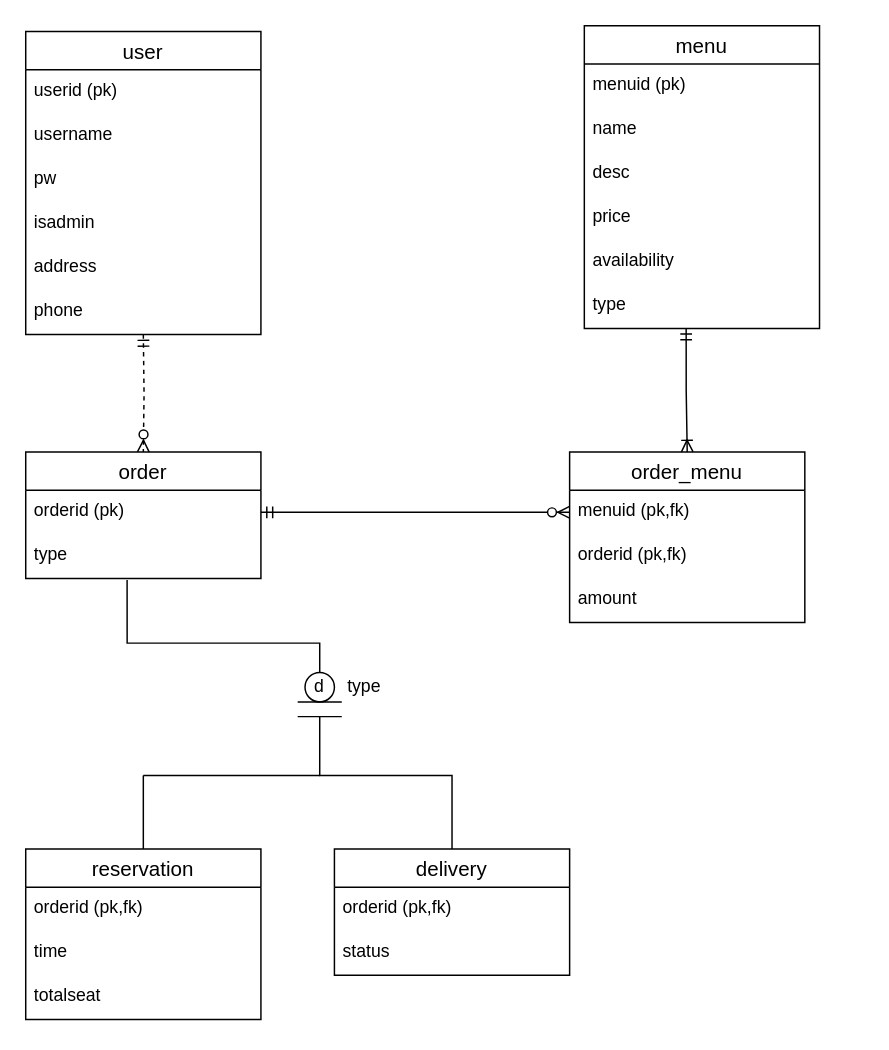
Above: ERDworkshop.drawio in Najmi540/Week2ClassDiagram (draw.io), before the change. Source tidied: cells renumbered, new cells numbered last; positions are measured from the earlier drawing's top-left corner, leaving out a move shared by most shapes. Both pictures are drawn from the tidied source at 147%, with x=0, y=0 at pixel (25, 25).
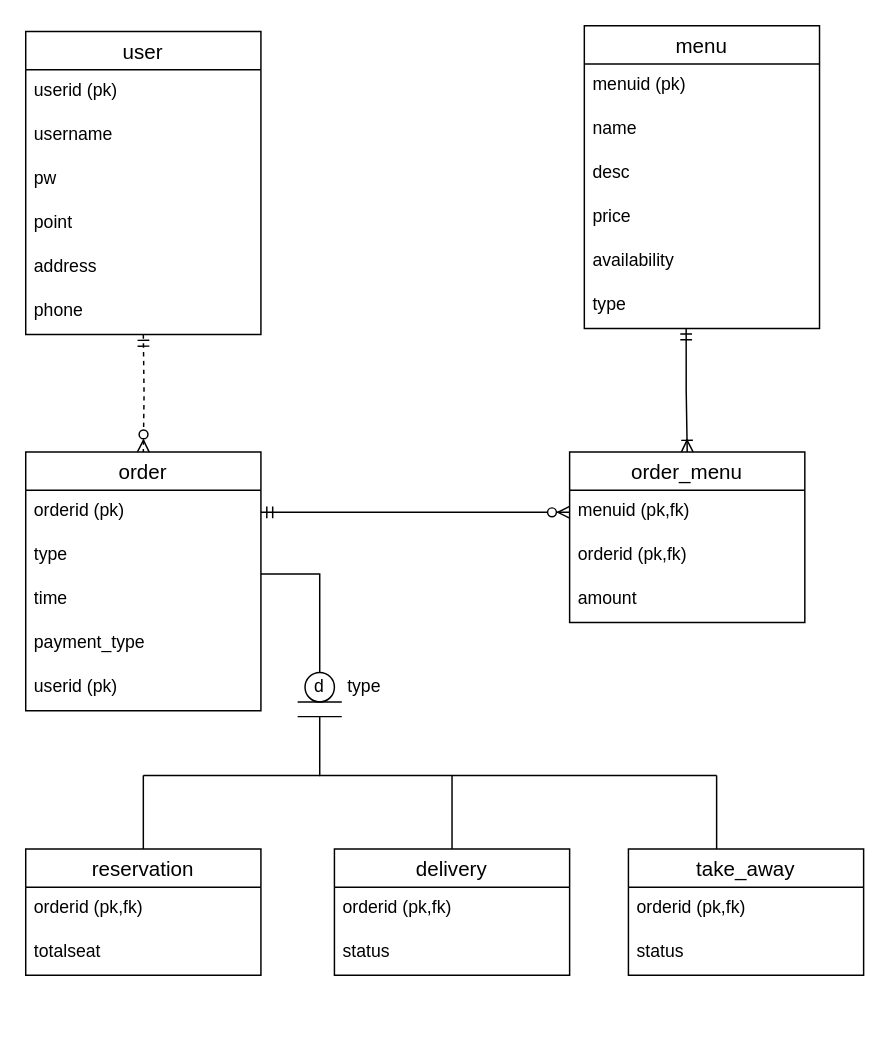
Above is the later version.

Unchanged cells that the change refers to:
```xml
<mxCell id="2" value="user" style="swimlane;fontStyle=0;horizontal=1;startSize=26;align=center;fontSize=14;" parent="1" vertex="1">
  <mxGeometry y="4" width="160" height="206" as="geometry" />
</mxCell>
<mxCell id="18" value="type" style="text;strokeColor=none;fillColor=none;spacingLeft=4;spacingRight=4;overflow=hidden;points=[[0,0.5],[1,0.5]];portConstraint=eastwest;fontSize=12;" parent="16" vertex="1">
  <mxGeometry y="56" width="160" height="30" as="geometry" />
</mxCell>
<mxCell id="20" value="delivery" style="swimlane;fontStyle=0;horizontal=1;startSize=26;align=center;fontSize=14;" parent="1" vertex="1">
  <mxGeometry x="210" y="560" width="160" height="86" as="geometry" />
</mxCell>
```

Change to the diagram source:
```diff
@@
-    <mxCell id="6" value="isadmin" style="text;strokeColor=none;fillColor=none;spacingLeft=4;spacingRight=4;overflow=hidden;fontSize=12;" parent="2" vertex="1">
+    <mxCell id="6" value="point" style="text;strokeColor=none;fillColor=none;spacingLeft=4;spacingRight=4;overflow=hidden;fontSize=12;" parent="2" vertex="1">
       <mxGeometry y="116" width="160" height="30" as="geometry" />
     </mxCell>
@@
     <mxCell id="16" value="order" style="swimlane;fontStyle=0;horizontal=1;startSize=26;align=center;fontSize=14;" parent="1" vertex="1">
-      <mxGeometry y="290" width="160" height="86" as="geometry" />
+      <mxGeometry y="290" width="160" height="176" as="geometry" />
     </mxCell>
@@
+    <mxCell id="25" value="time" style="text;strokeColor=none;fillColor=none;spacingLeft=4;spacingRight=4;overflow=hidden;fontSize=12;" parent="16" vertex="1">
+      <mxGeometry y="86" width="160" height="30" as="geometry" />
+    </mxCell>
+    <mxCell id="41" value="payment_type" style="text;strokeColor=none;fillColor=none;spacingLeft=4;spacingRight=4;overflow=hidden;fontSize=12;" parent="16" vertex="1">
+      <mxGeometry y="116" width="160" height="30" as="geometry" />
+    </mxCell>
+    <mxCell id="42" value="userid (pk)" style="text;strokeColor=none;fillColor=none;spacingLeft=4;spacingRight=4;overflow=hidden;fontSize=12;" parent="16" vertex="1">
+      <mxGeometry y="146" width="160" height="30" as="geometry" />
+    </mxCell>
@@
     <mxCell id="23" value="reservation" style="swimlane;fontStyle=0;horizontal=1;startSize=26;align=center;fontSize=14;" parent="1" vertex="1">
-      <mxGeometry y="560" width="160" height="116" as="geometry" />
+      <mxGeometry y="560" width="160" height="86" as="geometry" />
     </mxCell>
@@
-    <mxCell id="25" value="time" style="text;strokeColor=none;fillColor=none;spacingLeft=4;spacingRight=4;overflow=hidden;fontSize=12;" parent="23" vertex="1">
-      <mxGeometry y="56" width="160" height="30" as="geometry" />
-    </mxCell>
     <mxCell id="26" value="totalseat" style="text;strokeColor=none;fillColor=none;spacingLeft=4;spacingRight=4;overflow=hidden;fontSize=12;" parent="23" vertex="1">
-      <mxGeometry y="86" width="160" height="30" as="geometry" />
+      <mxGeometry y="56" width="160" height="30" as="geometry" />
     </mxCell>
-    <mxCell id="27" style="edgeStyle=orthogonalEdgeStyle;rounded=0;jettySize=auto;html=1;exitX=0.431;exitY=1.033;exitDx=0;exitDy=0;endArrow=none;endFill=0;exitPerimeter=0;" parent="1" edge="1" source="18">
+    <mxCell id="27" style="edgeStyle=orthogonalEdgeStyle;rounded=0;jettySize=auto;html=1;endArrow=none;endFill=0;" parent="1" edge="1" source="18">
       <mxGeometry relative="1" as="geometry">
         <mxPoint x="200" y="440" as="targetPoint" />
         <Array as="points">
-          <mxPoint x="69" y="420" />
-          <mxPoint x="200" y="420" />
+          <mxPoint x="200" y="373" />
         </Array>
       </mxGeometry>
     </mxCell>
     <mxCell id="28" style="edgeStyle=orthogonalEdgeStyle;rounded=0;jettySize=auto;html=1;entryX=0.5;entryY=0;entryDx=0;entryDy=0;endArrow=none;endFill=0;" parent="1" edge="1" target="20">
       <mxGeometry relative="1" as="geometry">
-        <mxPoint x="200" y="470" as="sourcePoint" />
+        <mxPoint x="290" y="515" as="sourcePoint" />
         <Array as="points">
-          <mxPoint x="200" y="510" />
           <mxPoint x="290" y="510" />
         </Array>
       </mxGeometry>
     </mxCell>
@@
+    <mxCell id="43" style="edgeStyle=orthogonalEdgeStyle;rounded=0;orthogonalLoop=1;jettySize=auto;html=1;endArrow=none;endFill=0;" parent="1" edge="1">
+      <mxGeometry relative="1" as="geometry">
+        <mxPoint x="200" y="470" as="sourcePoint" />
+        <mxPoint x="470" y="510" as="targetPoint" />
+        <Array as="points">
+          <mxPoint x="200" y="510" />
+        </Array>
+      </mxGeometry>
+    </mxCell>
+    <mxCell id="44" style="endArrow=none;html=1;" parent="1" edge="1">
+      <mxGeometry relative="1" as="geometry">
+        <mxPoint x="470" y="560" as="sourcePoint" />
+        <mxPoint x="470" y="510" as="targetPoint" />
+      </mxGeometry>
+    </mxCell>
+    <mxCell id="45" value="take_away" style="swimlane;fontStyle=0;horizontal=1;startSize=26;align=center;fontSize=14;" parent="1" vertex="1">
+      <mxGeometry x="410" y="560" width="160" height="86" as="geometry" />
+    </mxCell>
+    <mxCell id="46" value="orderid (pk,fk)" style="text;strokeColor=none;fillColor=none;spacingLeft=4;spacingRight=4;overflow=hidden;fontSize=12;" parent="45" vertex="1">
+      <mxGeometry y="26" width="160" height="30" as="geometry" />
+    </mxCell>
+    <mxCell id="47" value="status" style="text;strokeColor=none;fillColor=none;spacingLeft=4;spacingRight=4;overflow=hidden;fontSize=12;" parent="45" vertex="1">
+      <mxGeometry y="56" width="160" height="30" as="geometry" />
+    </mxCell>
```
